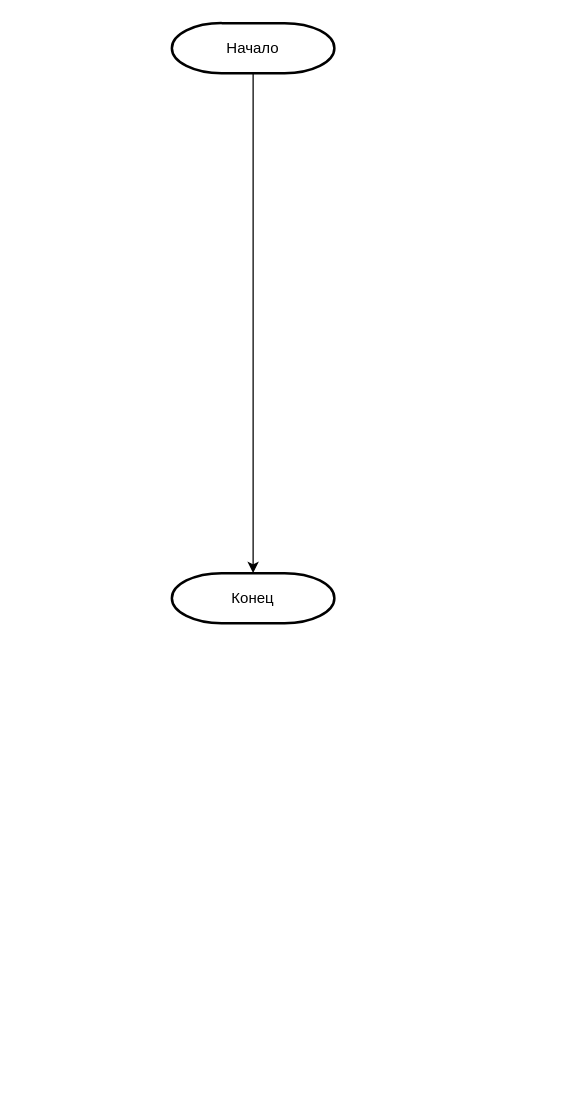
This is Algorithm_OPZ/(2. ЧП) Алгоритм Генерация мер противодействия.drawio from SmirnovBogdan8/Diplom, a draw.io file, before an edit. Source tidied: cells renumbered, new cells numbered last; positions are measured from the earlier drawing's top-left corner, leaving out a move shared by most shapes. Both pictures are drawn from the tidied source at 125%, with x=0, y=0 at pixel (171, 22).
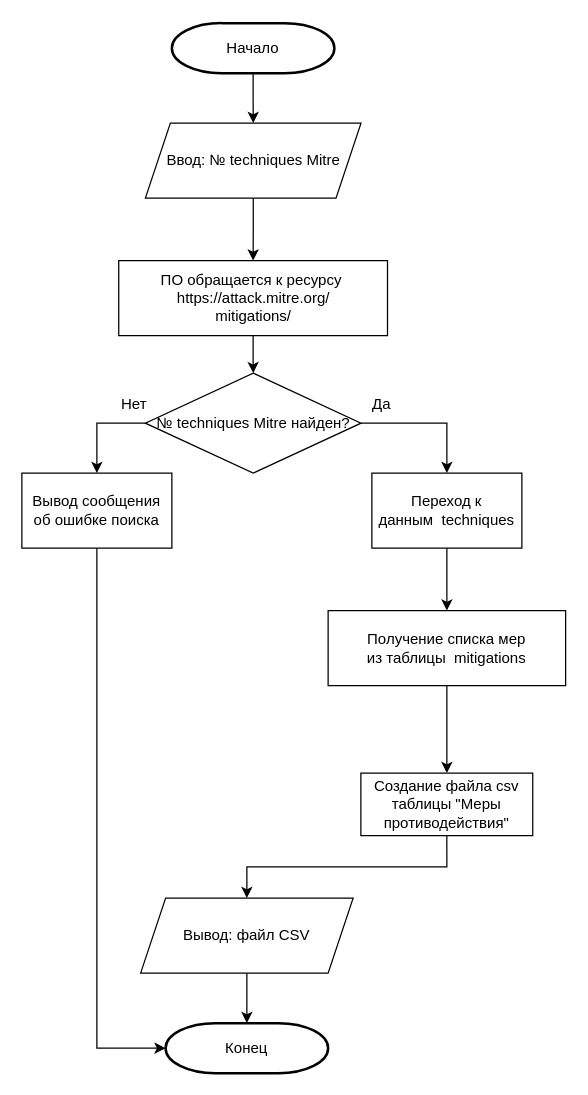
The same diagram, later.

Unchanged cells that the change refers to:
```xml
<mxCell id="3" value="Начало" style="strokeWidth=2;html=1;shape=mxgraph.flowchart.terminator;whiteSpace=wrap;" parent="1" vertex="1">
  <mxGeometry width="130" height="40" as="geometry" />
</mxCell>
```

The edit, as a diff of the source:
```diff
@@
-    <mxCell id="2" style="edgeStyle=orthogonalEdgeStyle;rounded=0;jettySize=auto;html=1;exitX=0.5;exitY=1;exitDx=0;exitDy=0;exitPerimeter=0;" parent="1" edge="1" source="3" target="4">
-      <mxGeometry relative="1" as="geometry" />
-    </mxCell>
+    <mxCell id="5" style="edgeStyle=orthogonalEdgeStyle;rounded=0;jettySize=auto;html=1;" parent="1" edge="1" source="3" target="7">
+      <mxGeometry relative="1" as="geometry" />
+    </mxCell>
@@
     <mxCell id="4" value="Конец" style="strokeWidth=2;html=1;shape=mxgraph.flowchart.terminator;whiteSpace=wrap;" parent="1" vertex="1">
-      <mxGeometry y="440" width="130" height="40" as="geometry" />
+      <mxGeometry x="-5" y="800" width="130" height="40" as="geometry" />
     </mxCell>
+    <mxCell id="6" style="edgeStyle=orthogonalEdgeStyle;rounded=0;jettySize=auto;html=1;" parent="1" edge="1" source="7" target="9">
+      <mxGeometry relative="1" as="geometry" />
+    </mxCell>
+    <mxCell id="7" value="Ввод: № techniques Mitre" style="shape=parallelogram;perimeter=parallelogramPerimeter;whiteSpace=wrap;html=1;fixedSize=1;" parent="1" vertex="1">
+      <mxGeometry x="-21.2" y="80" width="172.5" height="60" as="geometry" />
+    </mxCell>
+    <mxCell id="8" style="edgeStyle=orthogonalEdgeStyle;rounded=0;jettySize=auto;html=1;" parent="1" edge="1" source="9" target="12">
+      <mxGeometry relative="1" as="geometry" />
+    </mxCell>
+    <mxCell id="9" value="ПО обращается к ресурсу&amp;nbsp;&lt;div&gt;&lt;div&gt;https://attack.mitre.org/&lt;/div&gt;&lt;div&gt;mitigations/&lt;/div&gt;&lt;/div&gt;" style="rounded=0;whiteSpace=wrap;html=1;" parent="1" vertex="1">
+      <mxGeometry x="-42.5" y="190" width="215" height="60" as="geometry" />
+    </mxCell>
+    <mxCell id="10" style="edgeStyle=orthogonalEdgeStyle;rounded=0;jettySize=auto;html=1;exitX=0;exitY=0.5;exitDx=0;exitDy=0;entryX=0.5;entryY=0;entryDx=0;entryDy=0;" parent="1" edge="1" source="12" target="13">
+      <mxGeometry relative="1" as="geometry" />
+    </mxCell>
+    <mxCell id="11" style="edgeStyle=orthogonalEdgeStyle;rounded=0;jettySize=auto;html=1;exitX=1;exitY=0.5;exitDx=0;exitDy=0;entryX=0.5;entryY=0;entryDx=0;entryDy=0;" parent="1" edge="1" source="12" target="15">
+      <mxGeometry relative="1" as="geometry" />
+    </mxCell>
+    <mxCell id="12" value="№ techniques Mitre найден?" style="rhombus;whiteSpace=wrap;html=1;" parent="1" vertex="1">
+      <mxGeometry x="-21.2" y="280" width="172.5" height="80" as="geometry" />
+    </mxCell>
+    <mxCell id="13" value="Вывод сообщения об ошибке поиска" style="rounded=0;whiteSpace=wrap;html=1;" parent="1" vertex="1">
+      <mxGeometry x="-120" y="360" width="120" height="60" as="geometry" />
+    </mxCell>
+    <mxCell id="14" style="edgeStyle=orthogonalEdgeStyle;rounded=0;jettySize=auto;html=1;" parent="1" edge="1" source="15" target="17">
+      <mxGeometry relative="1" as="geometry" />
+    </mxCell>
+    <mxCell id="15" value="Переход к данным&amp;nbsp;&amp;nbsp;techniques" style="rounded=0;whiteSpace=wrap;html=1;" parent="1" vertex="1">
+      <mxGeometry x="160" y="360" width="120" height="60" as="geometry" />
+    </mxCell>
+    <mxCell id="16" style="edgeStyle=orthogonalEdgeStyle;rounded=0;jettySize=auto;html=1;" parent="1" edge="1" source="17" target="22">
+      <mxGeometry relative="1" as="geometry" />
+    </mxCell>
+    <mxCell id="17" value="Получение списка мер&lt;br&gt;из таблицы&amp;nbsp; mitigations" style="rounded=0;whiteSpace=wrap;html=1;" parent="1" vertex="1">
+      <mxGeometry x="125" y="470" width="190" height="60" as="geometry" />
+    </mxCell>
+    <mxCell id="18" value="Да" style="text;html=1;align=center;verticalAlign=middle;whiteSpace=wrap;rounded=0;" parent="1" vertex="1">
+      <mxGeometry x="137.5" y="290" width="60" height="30" as="geometry" />
+    </mxCell>
+    <mxCell id="19" value="Нет" style="text;html=1;align=center;verticalAlign=middle;whiteSpace=wrap;rounded=0;" parent="1" vertex="1">
+      <mxGeometry x="-60" y="290" width="60" height="30" as="geometry" />
+    </mxCell>
+    <mxCell id="20" style="edgeStyle=orthogonalEdgeStyle;rounded=0;jettySize=auto;html=1;exitX=0.5;exitY=1;exitDx=0;exitDy=0;entryX=0;entryY=0.5;entryDx=0;entryDy=0;entryPerimeter=0;" parent="1" edge="1" source="13" target="4">
+      <mxGeometry relative="1" as="geometry" />
+    </mxCell>
+    <mxCell id="21" style="edgeStyle=orthogonalEdgeStyle;rounded=0;jettySize=auto;html=1;exitX=0.5;exitY=1;exitDx=0;exitDy=0;entryX=0.5;entryY=0;entryDx=0;entryDy=0;" parent="1" edge="1" source="22" target="24">
+      <mxGeometry relative="1" as="geometry" />
+    </mxCell>
+    <mxCell id="22" value="Создание файла csv таблицы &quot;Меры противодействия&quot;" style="rounded=0;whiteSpace=wrap;html=1;" parent="1" vertex="1">
+      <mxGeometry x="151.2" y="600" width="137.5" height="50" as="geometry" />
+    </mxCell>
+    <mxCell id="23" style="edgeStyle=orthogonalEdgeStyle;rounded=0;jettySize=auto;html=1;" parent="1" edge="1" source="24" target="4">
+      <mxGeometry relative="1" as="geometry" />
+    </mxCell>
+    <mxCell id="24" value="Вывод: файл CSV" style="shape=parallelogram;perimeter=parallelogramPerimeter;whiteSpace=wrap;html=1;fixedSize=1;" parent="1" vertex="1">
+      <mxGeometry x="-25" y="700" width="170" height="60" as="geometry" />
+    </mxCell>
```
